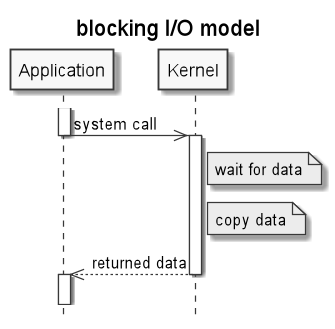
The PlantUML diagram .images/blocking_IO_model.png in c0p4c4b4n4/demo-sockets-io-nio-nio2, before a commit.
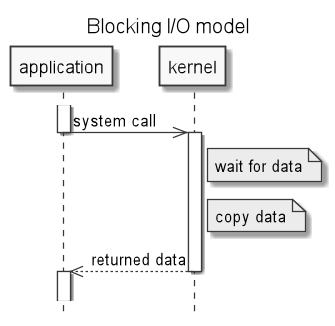
Above is the later version.

The edit, as a diff of the source:
```diff
@@ -1,15 +1,16 @@
 @startuml
-title blocking I/O model
+title Blocking I/O model
 hide footbox
 skinparam monochrome true
-activate Application
-Application->>Kernel: system call
-deactivate Application
-activate Kernel
-Note right of Kernel: wait for data
-Note right of Kernel: copy data
-Kernel-->>Application: returned data
-deactivate Kernel
-activate Application
+skinparam titleFontSize 16
+activate application
+application->>kernel: system call
+deactivate application
+activate kernel
+Note right of kernel: wait for data
+Note right of kernel: copy data
+kernel-->>application: returned data
+deactivate kernel
+activate application
 ||15||
 @enduml
```
